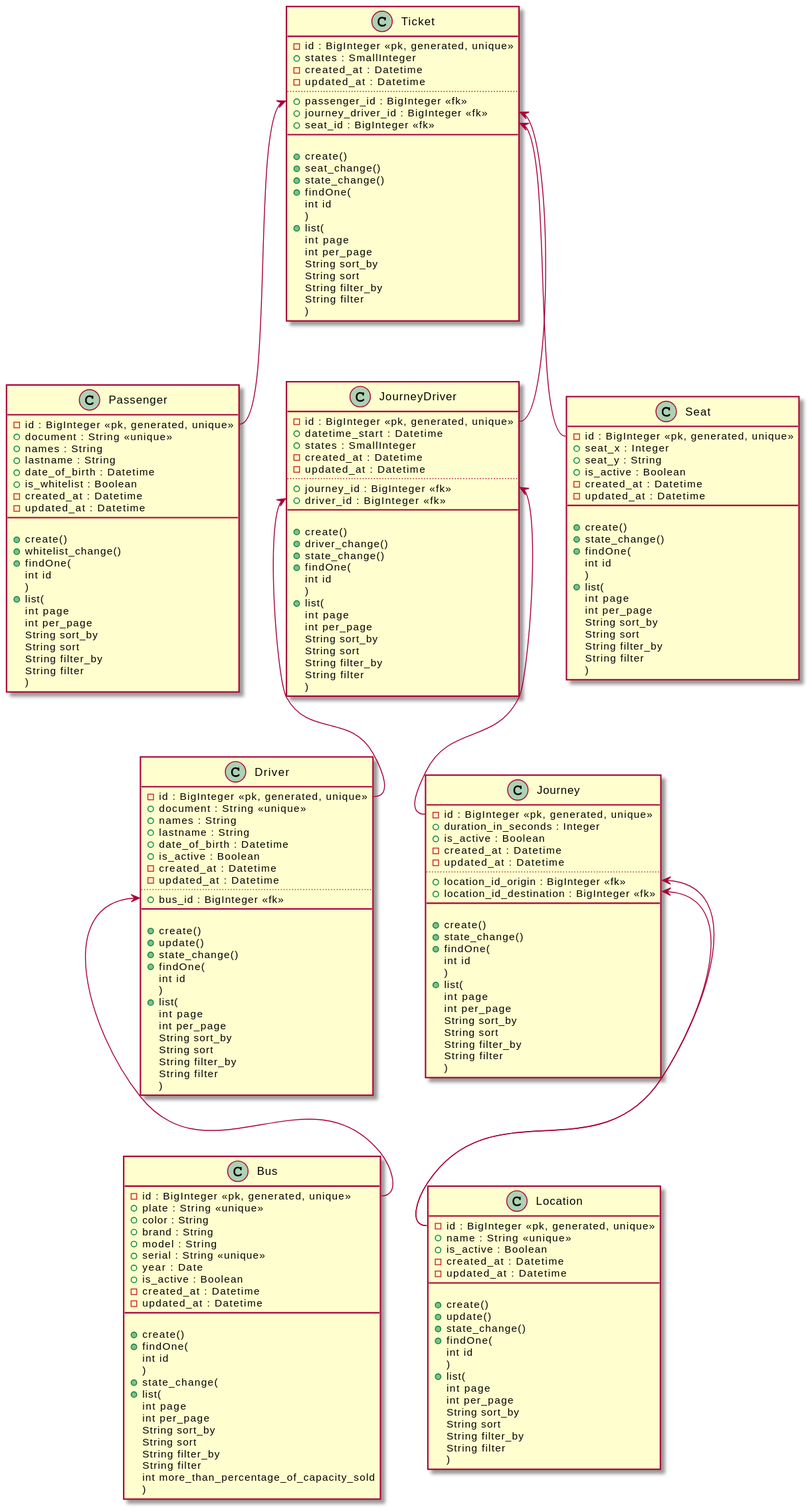
Before: diagrams/diagram_class.svg, a diagram exported from PlantUML (bypabloc/travel_agency_backend).
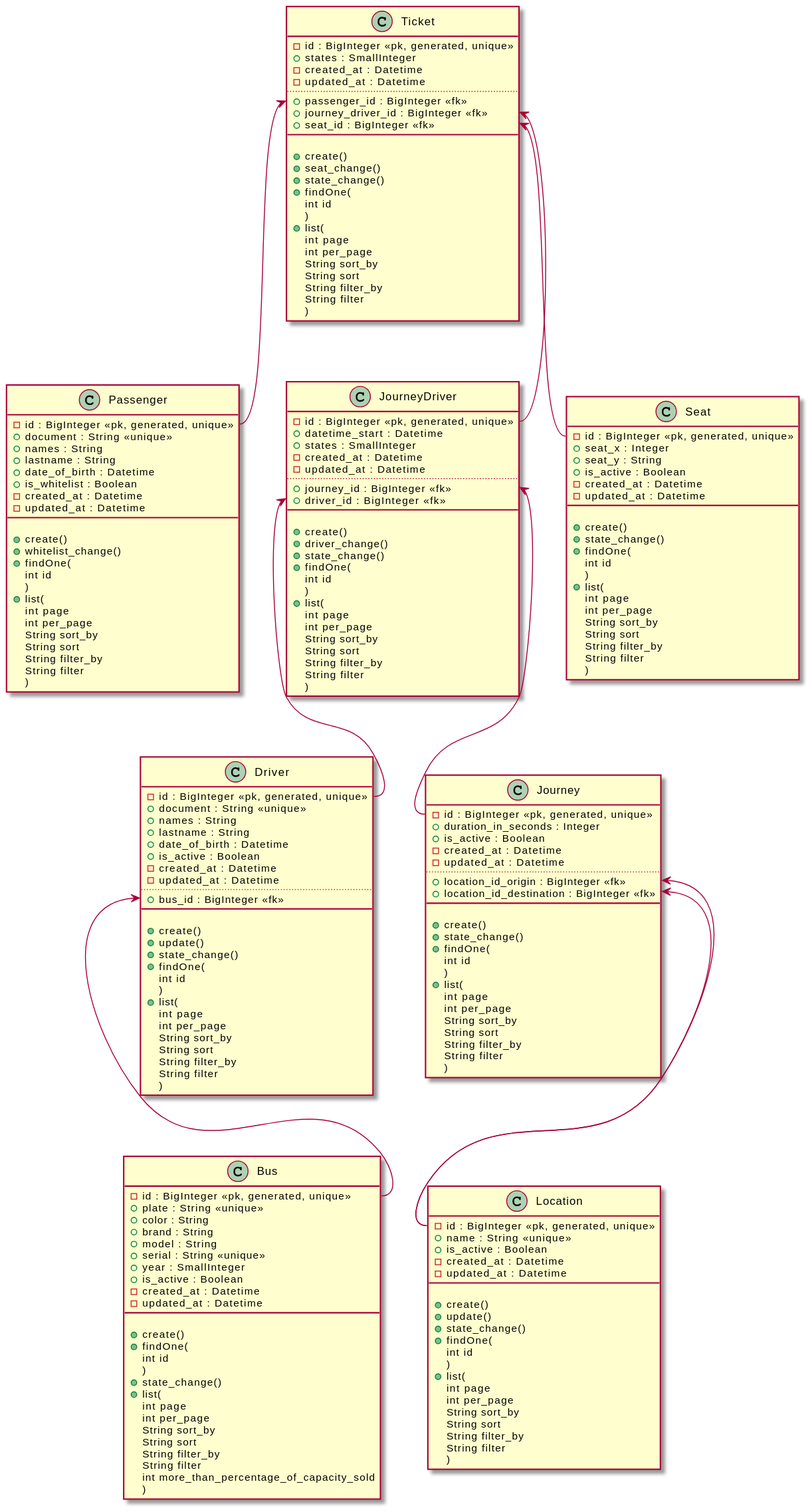
The same diagram one commit later.

Commit message:
diagram class fixed

Change to the diagram source:
```diff
@@ -6,7 +6,7 @@
     +{field} brand : String
     +{field} model : String
     +{field} serial : String << unique >>
-    +{field} year : Date
+    +{field} year : SmallInteger
     +{field} is_active : Boolean
     -{field} created_at : Datetime
     -{field} updated_at : Datetime
@@ -16,7 +16,7 @@
     +{method} findOne(
         int id
     )
-    +{method} state_change(
+    +{method} state_change()
     +{method} list(
         int page
         int per_page
```
